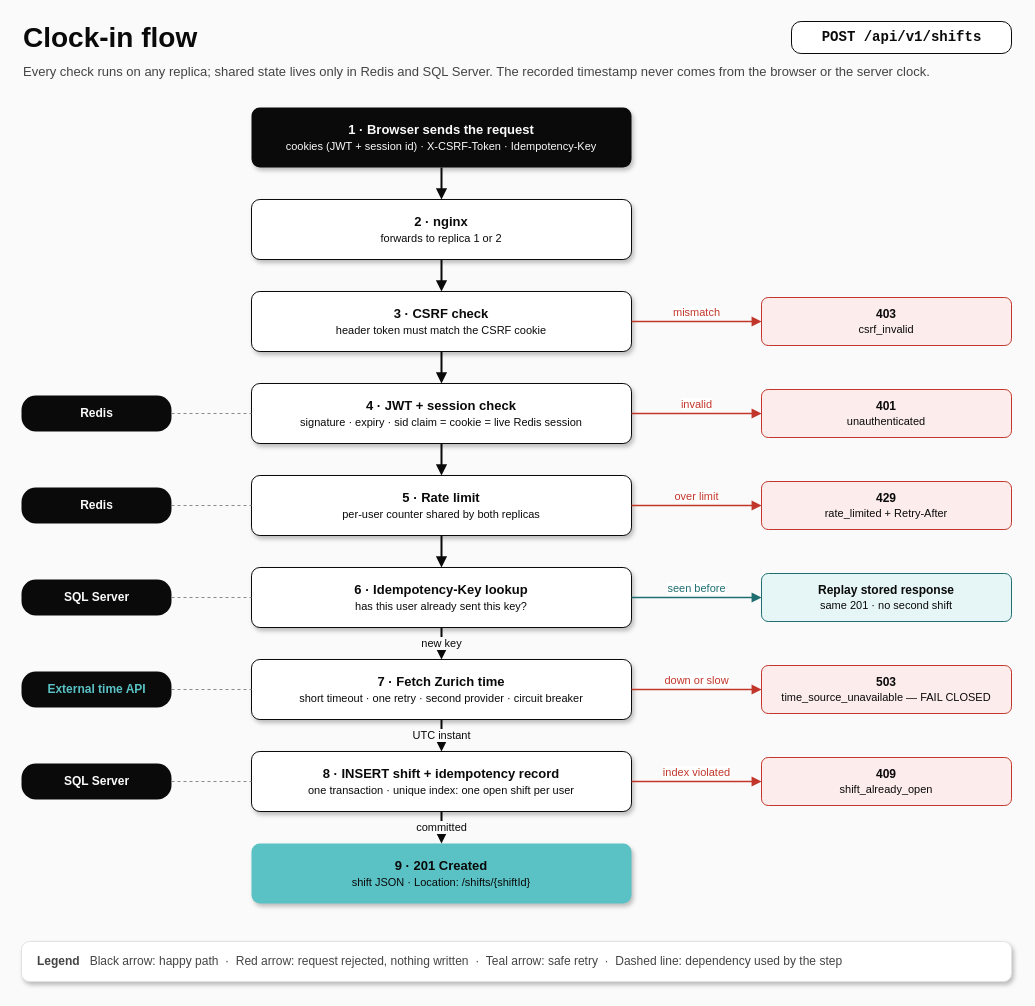
Earlier version of the draw.io diagram page "Clock-in flow" (2 of 2) of docs/api/rest-api.drawio (JusticeIL/TrackOps). Source tidied: cells renumbered, new cells numbered last; positions are measured from the earlier drawing's top-left corner, leaving out a move shared by most shapes. Both pictures are drawn from the tidied source at 100%, with x=0, y=0 at pixel (21, 17).
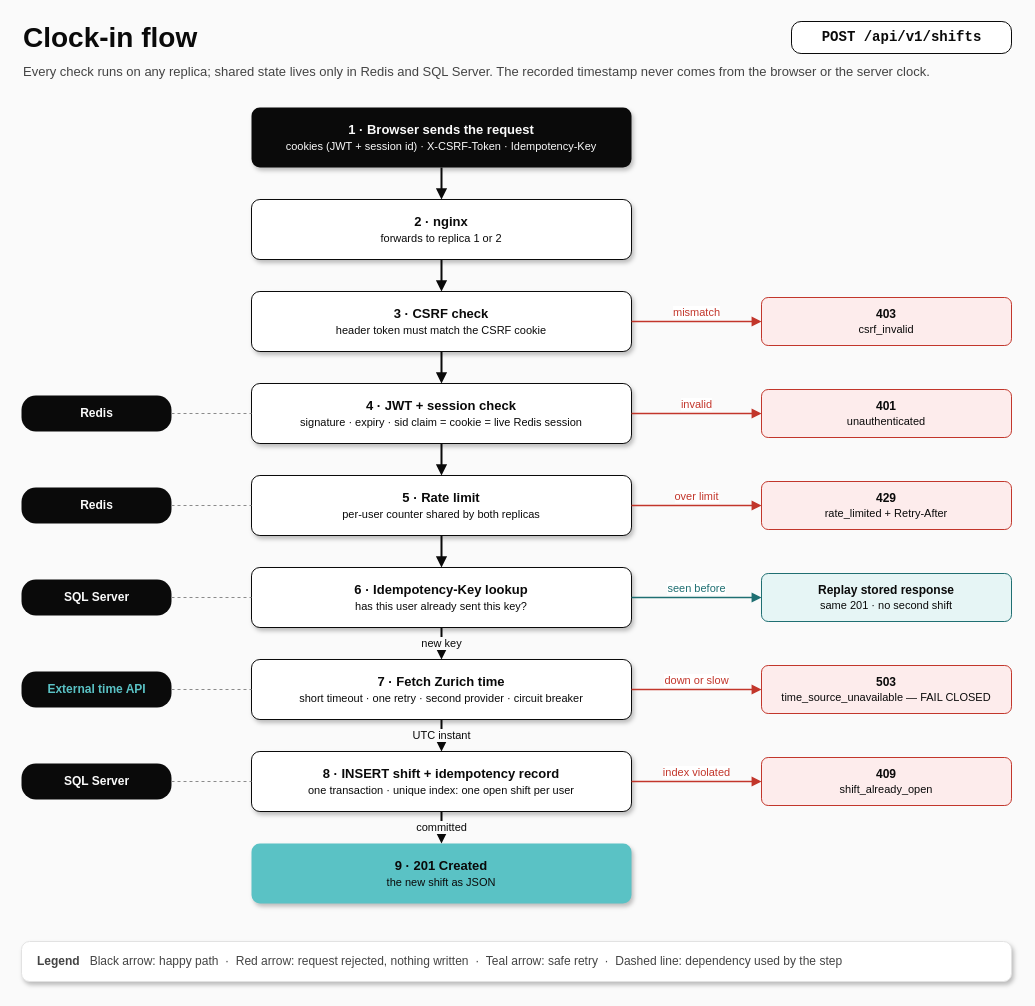
Above is the later version.

Diff of the diagram source:
```diff
@@
-    <mxCell id="42" value="&lt;b&gt;9 · 201 Created&lt;/b&gt;&lt;br&gt;&lt;font style=&quot;font-size:11px&quot;&gt;shift JSON · Location: /shifts/{shiftId}&lt;/font&gt;" style="rounded=1;arcSize=14;whiteSpace=wrap;html=1;fontSize=13;shadow=1;fontColor=#0A0A0A;fillColor=#5AC2C5;strokeColor=none;" parent="1" vertex="1">
+    <mxCell id="42" value="&lt;b&gt;9 · 201 Created&lt;/b&gt;&lt;br&gt;&lt;font style=&quot;font-size:11px&quot;&gt;the new shift as JSON&lt;/font&gt;" style="rounded=1;arcSize=14;whiteSpace=wrap;html=1;fontSize=13;shadow=1;fontColor=#0A0A0A;fillColor=#5AC2C5;strokeColor=none;" parent="1" vertex="1">
       <mxGeometry x="230" y="826" width="380" height="60" as="geometry" />
     </mxCell>
```
